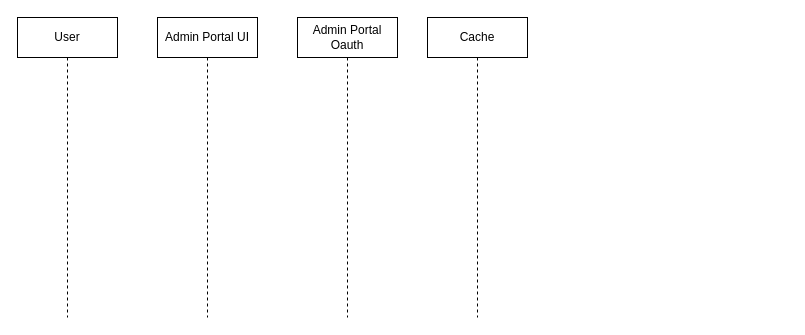
The draw.io diagram admin_portal.drawio in ashwiniadlakha/draw_io, before the edit. Source tidied: cells renumbered, new cells numbered last; positions are measured from the earlier drawing's top-left corner, leaving out a move shared by most shapes. Both pictures are drawn from the tidied source at 100%, with x=0, y=0 at pixel (17, 17).
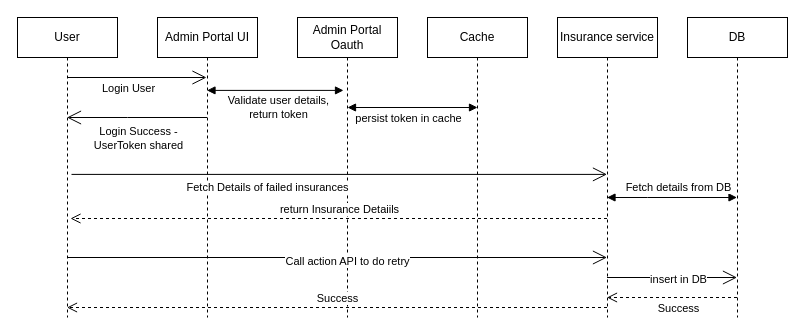
After the change.

The change refers to these unchanged cells:
```xml
<mxCell id="2" value="User" style="shape=umlLifeline;perimeter=lifelinePerimeter;whiteSpace=wrap;html=1;outlineConnect=0;portConstraint=eastwest;newEdgeStyle={&quot;edgeStyle&quot;:&quot;elbowEdgeStyle&quot;,&quot;elbow&quot;:&quot;vertical&quot;,&quot;curved&quot;:0,&quot;rounded&quot;:0};" parent="1" vertex="1">
  <mxGeometry width="100" height="300" as="geometry" />
</mxCell>
<mxCell id="3" value="Admin Portal UI" style="shape=umlLifeline;perimeter=lifelinePerimeter;whiteSpace=wrap;html=1;outlineConnect=0;portConstraint=eastwest;newEdgeStyle={&quot;edgeStyle&quot;:&quot;elbowEdgeStyle&quot;,&quot;elbow&quot;:&quot;vertical&quot;,&quot;curved&quot;:0,&quot;rounded&quot;:0};" parent="1" vertex="1">
  <mxGeometry x="140" width="100" height="300" as="geometry" />
</mxCell>
<mxCell id="5" value="Admin Portal Oauth" style="shape=umlLifeline;perimeter=lifelinePerimeter;whiteSpace=wrap;html=1;outlineConnect=0;portConstraint=eastwest;newEdgeStyle={&quot;edgeStyle&quot;:&quot;elbowEdgeStyle&quot;,&quot;elbow&quot;:&quot;vertical&quot;,&quot;curved&quot;:0,&quot;rounded&quot;:0};" parent="1" vertex="1">
  <mxGeometry x="280" width="100" height="300" as="geometry" />
</mxCell>
```

The edit, as a diff of the source:
```diff
@@
+    <mxCell id="6" value="Insurance service" style="shape=umlLifeline;perimeter=lifelinePerimeter;whiteSpace=wrap;html=1;outlineConnect=0;portConstraint=eastwest;newEdgeStyle={&quot;edgeStyle&quot;:&quot;elbowEdgeStyle&quot;,&quot;elbow&quot;:&quot;vertical&quot;,&quot;curved&quot;:0,&quot;rounded&quot;:0};" parent="1" vertex="1">
+      <mxGeometry x="540" width="100" height="300" as="geometry" />
+    </mxCell>
+    <mxCell id="7" value="DB" style="shape=umlLifeline;perimeter=lifelinePerimeter;whiteSpace=wrap;html=1;outlineConnect=0;portConstraint=eastwest;newEdgeStyle={&quot;edgeStyle&quot;:&quot;elbowEdgeStyle&quot;,&quot;elbow&quot;:&quot;vertical&quot;,&quot;curved&quot;:0,&quot;rounded&quot;:0};" parent="1" vertex="1">
+      <mxGeometry x="670" width="100" height="300" as="geometry" />
+    </mxCell>
+    <mxCell id="8" style="endArrow=open;endFill=1;endSize=12;html=1;rounded=0;entryX=0.49;entryY=0.2;entryDx=0;entryDy=0;entryPerimeter=0;" parent="1" edge="1" source="2" target="3">
+      <mxGeometry relative="1" as="geometry" />
+    </mxCell>
+    <mxCell id="9" value="Login User" style="edgeLabel;html=1;align=center;verticalAlign=middle;" parent="8" vertex="1">
+      <mxGeometry x="-0.28" y="-2" relative="1" as="geometry">
+        <mxPoint x="11" y="8" as="offset" />
+      </mxGeometry>
+    </mxCell>
+    <mxCell id="10" style="endArrow=open;endFill=1;endSize=12;html=1;rounded=0;" parent="1" edge="1" source="3" target="2">
+      <mxGeometry relative="1" as="geometry">
+        <Array as="points">
+          <mxPoint x="110" y="100" />
+        </Array>
+      </mxGeometry>
+    </mxCell>
+    <mxCell id="11" value="Login Success - &lt;br&gt;UserToken shared" style="edgeLabel;html=1;align=center;verticalAlign=middle;" parent="10" vertex="1">
+      <mxGeometry x="0.35" y="-1" relative="1" as="geometry">
+        <mxPoint x="26" y="21" as="offset" />
+      </mxGeometry>
+    </mxCell>
+    <mxCell id="12" style="endArrow=block;startArrow=block;endFill=1;startFill=1;html=1;rounded=0;entryX=0.46;entryY=0.243;entryDx=0;entryDy=0;entryPerimeter=0;" parent="1" edge="1" source="3" target="5">
+      <mxGeometry relative="1" as="geometry" />
+    </mxCell>
+    <mxCell id="13" value="Validate user details, &lt;br&gt;return token" style="edgeLabel;html=1;align=center;verticalAlign=middle;" parent="12" vertex="1">
+      <mxGeometry x="-0.27" y="-2" relative="1" as="geometry">
+        <mxPoint x="21" y="15" as="offset" />
+      </mxGeometry>
+    </mxCell>
+    <mxCell id="14" style="endArrow=open;endFill=1;endSize=12;html=1;rounded=0;exitX=0.54;exitY=0.523;exitDx=0;exitDy=0;exitPerimeter=0;" parent="1" edge="1" source="2" target="6">
+      <mxGeometry relative="1" as="geometry" />
+    </mxCell>
+    <mxCell id="15" value="Fetch Details of failed insurances" style="edgeLabel;html=1;align=center;verticalAlign=middle;" parent="14" vertex="1">
+      <mxGeometry x="-0.3" y="-1" relative="1" as="geometry">
+        <mxPoint x="8" y="12" as="offset" />
+      </mxGeometry>
+    </mxCell>
+    <mxCell id="16" value="Fetch details from DB" style="endArrow=block;startArrow=block;endFill=1;startFill=1;html=1;rounded=0;" parent="1" edge="1" source="6" target="7">
+      <mxGeometry x="0.08" y="10" relative="1" as="geometry">
+        <Array as="points">
+          <mxPoint x="630" y="180" />
+        </Array>
+        <mxPoint x="1" as="offset" />
+      </mxGeometry>
+    </mxCell>
+    <mxCell id="17" value="return Insurance Detaiils" style="html=1;verticalAlign=bottom;endArrow=open;dashed=1;endSize=8;edgeStyle=elbowEdgeStyle;elbow=vertical;curved=0;rounded=0;entryX=0.53;entryY=0.67;entryDx=0;entryDy=0;entryPerimeter=0;" parent="1" edge="1" source="6" target="2">
+      <mxGeometry relative="1" as="geometry" />
+    </mxCell>
+    <mxCell id="18" style="endArrow=open;endFill=1;endSize=12;html=1;rounded=0;" parent="1" edge="1" source="2" target="6">
+      <mxGeometry relative="1" as="geometry">
+        <Array as="points">
+          <mxPoint x="460" y="240" />
+        </Array>
+      </mxGeometry>
+    </mxCell>
+    <mxCell id="19" value="Call action API to do retry" style="edgeLabel;html=1;align=center;verticalAlign=middle;" parent="18" vertex="1">
+      <mxGeometry x="0.08" y="-3" relative="1" as="geometry">
+        <mxPoint x="-12" as="offset" />
+      </mxGeometry>
+    </mxCell>
+    <mxCell id="20" style="endArrow=open;endFill=1;endSize=12;html=1;rounded=0;" parent="1" edge="1" source="6" target="7">
+      <mxGeometry relative="1" as="geometry">
+        <Array as="points">
+          <mxPoint x="680" y="260" />
+        </Array>
+      </mxGeometry>
+    </mxCell>
+    <mxCell id="21" value="insert in DB" style="edgeLabel;html=1;align=center;verticalAlign=middle;" parent="20" vertex="1">
+      <mxGeometry x="0.08" y="-1" relative="1" as="geometry">
+        <mxPoint x="1" as="offset" />
+      </mxGeometry>
+    </mxCell>
+    <mxCell id="22" value="Success" style="html=1;verticalAlign=bottom;endArrow=open;dashed=1;endSize=8;edgeStyle=elbowEdgeStyle;elbow=vertical;curved=0;rounded=0;" parent="1" edge="1" source="7" target="6">
+      <mxGeometry x="-0.08" y="20" relative="1" as="geometry">
+        <Array as="points">
+          <mxPoint x="650" y="280" />
+          <mxPoint x="630" y="280" />
+          <mxPoint x="670" y="280" />
+        </Array>
+        <mxPoint x="1" as="offset" />
+      </mxGeometry>
+    </mxCell>
+    <mxCell id="23" value="Success" style="html=1;verticalAlign=bottom;endArrow=open;dashed=1;endSize=8;edgeStyle=elbowEdgeStyle;elbow=vertical;curved=0;rounded=0;" parent="1" edge="1" source="6" target="2">
+      <mxGeometry relative="1" as="geometry">
+        <Array as="points">
+          <mxPoint x="430" y="290" />
+        </Array>
+      </mxGeometry>
+    </mxCell>
+    <mxCell id="24" style="endArrow=block;startArrow=block;endFill=1;startFill=1;html=1;rounded=0;" parent="1" edge="1">
+      <mxGeometry relative="1" as="geometry">
+        <mxPoint x="330" y="90" as="sourcePoint" />
+        <mxPoint x="460" y="90" as="targetPoint" />
+      </mxGeometry>
+    </mxCell>
+    <mxCell id="25" value="persist token in cache" style="edgeLabel;html=1;align=center;verticalAlign=middle;" parent="24" vertex="1">
+      <mxGeometry x="-0.17" y="-2" relative="1" as="geometry">
+        <mxPoint x="6" y="8" as="offset" />
+      </mxGeometry>
+    </mxCell>
```
